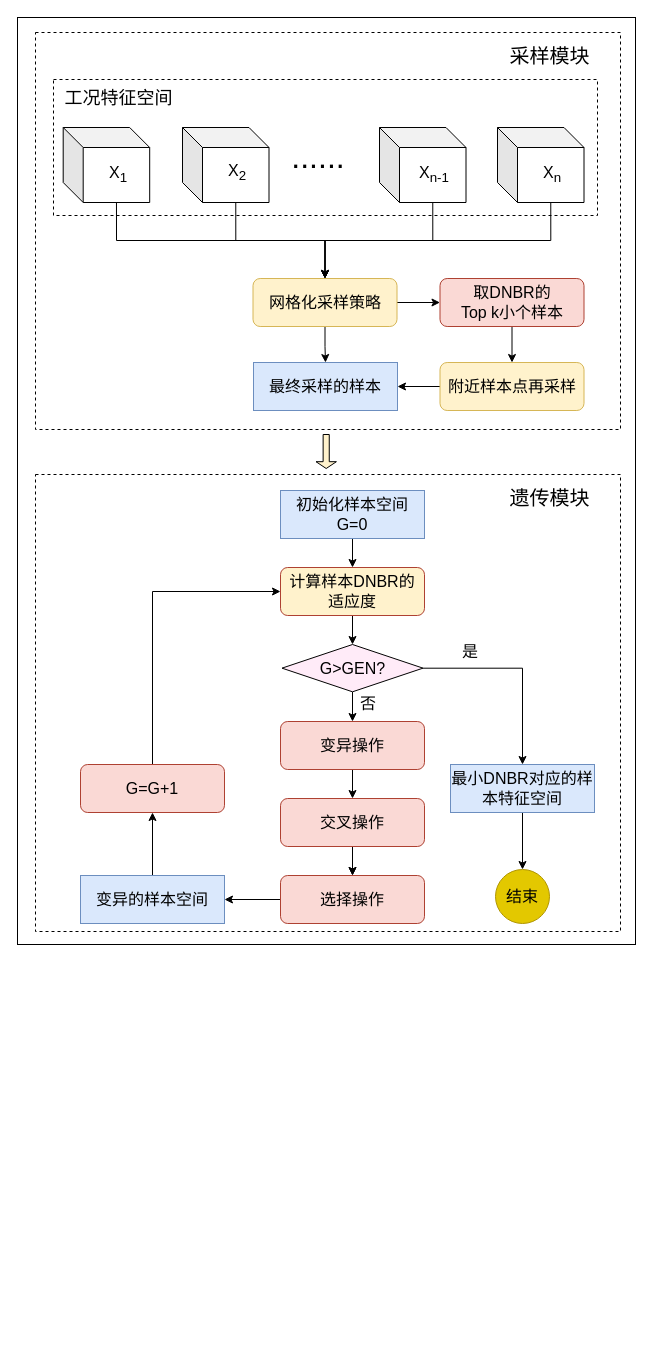
Earlier version of the draw.io diagram 未命名绘图2.drawio (ZhangChaoZhong/draw). Source tidied: cells renumbered, new cells numbered last; positions are measured from the earlier drawing's top-left corner, leaving out a move shared by most shapes. Both pictures are drawn from the tidied source at 100%, with x=0, y=0 at pixel (17, 17).
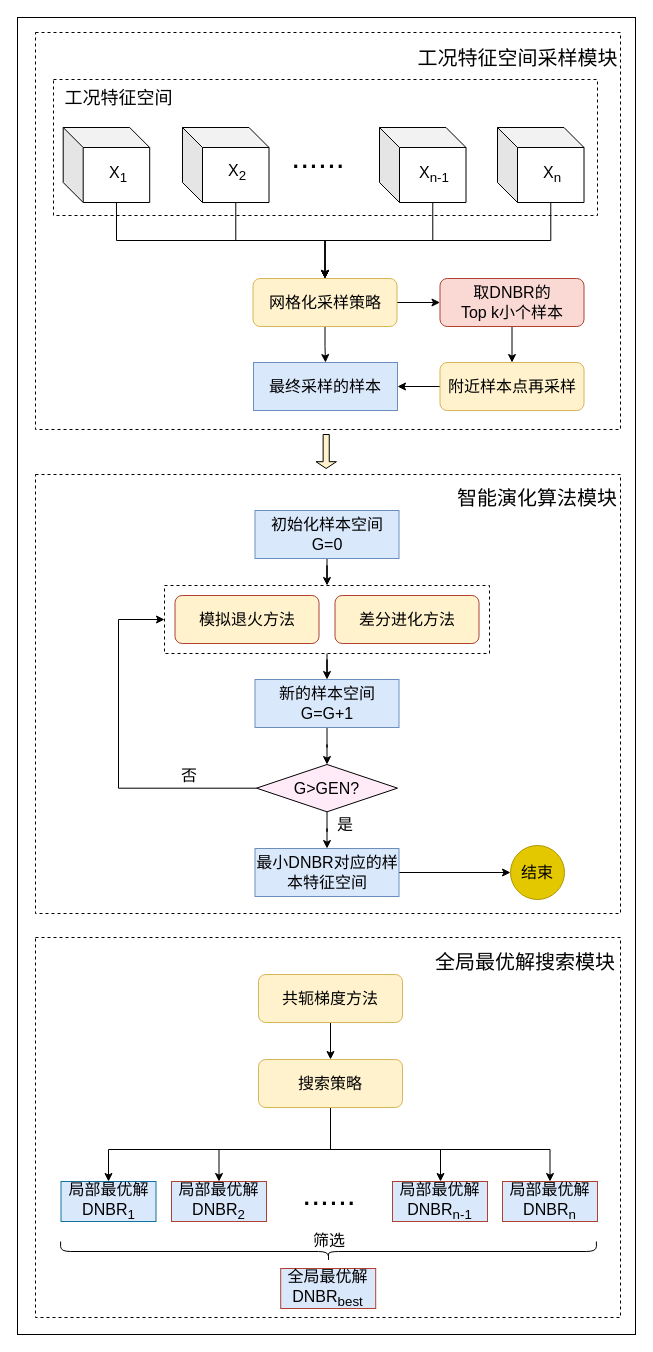
The same page after the edit.

Commit message:
更新未命名绘图2.drawio

Diff of the diagram source:
```diff
@@
     <mxCell id="2" style="rounded=0;whiteSpace=wrap;html=1;" parent="1" vertex="1">
-      <mxGeometry width="618" height="927" as="geometry" />
+      <mxGeometry width="618" height="1317" as="geometry" />
     </mxCell>
     <mxCell id="3" style="rounded=0;whiteSpace=wrap;html=1;fontSize=16;dashed=1;" parent="1" vertex="1">
-      <mxGeometry x="18" y="457" width="585" height="457" as="geometry" />
+      <mxGeometry x="18" y="457" width="585" height="439" as="geometry" />
     </mxCell>
@@
-    <mxCell id="32" style="edgeStyle=orthogonalEdgeStyle;rounded=0;jettySize=auto;html=1;entryX=0.5;entryY=0;entryDx=0;entryDy=0;fontSize=16;" parent="1" edge="1" source="33" target="57">
-      <mxGeometry relative="1" as="geometry" />
-    </mxCell>
-    <mxCell id="33" value="&lt;div&gt;计算样本DNBR的&lt;/div&gt;&lt;div&gt;适应度&lt;/div&gt;" style="rounded=1;whiteSpace=wrap;html=1;fontSize=16;fillColor=#FFF2CC;strokeColor=#ae4132;" parent="1" vertex="1">
-      <mxGeometry x="263" y="550" width="144" height="48" as="geometry" />
-    </mxCell>
-    <mxCell id="34" style="edgeStyle=orthogonalEdgeStyle;rounded=0;jettySize=auto;html=1;entryX=0.5;entryY=1;entryDx=0;entryDy=0;fontSize=16;" parent="1" edge="1" source="35" target="42">
-      <mxGeometry relative="1" as="geometry" />
-    </mxCell>
-    <mxCell id="35" value="变异的样本空间" style="rounded=0;whiteSpace=wrap;html=1;fontSize=16;fillColor=#dae8fc;strokeColor=#6c8ebf;" parent="1" vertex="1">
-      <mxGeometry x="63" y="858" width="144" height="48" as="geometry" />
-    </mxCell>
+    <mxCell id="58" style="edgeStyle=orthogonalEdgeStyle;rounded=0;jettySize=auto;html=1;" parent="1" edge="1" source="35" target="57">
+      <mxGeometry relative="1" as="geometry" />
+    </mxCell>
@@
-    <mxCell id="37" value="&lt;font style=&quot;font-size: 20px&quot;&gt;采样模块&lt;/font&gt;" style="text;html=1;strokeColor=none;fillColor=none;align=center;verticalAlign=middle;whiteSpace=wrap;rounded=0;fontSize=20;" parent="1" vertex="1">
-      <mxGeometry x="484.8" y="15" width="95.2" height="45" as="geometry" />
+    <mxCell id="37" value="&lt;font style=&quot;font-size: 20px&quot;&gt;工况特征空间采样模块&lt;/font&gt;" style="text;html=1;strokeColor=none;fillColor=none;align=center;verticalAlign=middle;whiteSpace=wrap;rounded=0;fontSize=20;" parent="1" vertex="1">
+      <mxGeometry x="399" y="15" width="203" height="49" as="geometry" />
     </mxCell>
-    <mxCell id="38" value="&lt;font style=&quot;font-size: 20px&quot;&gt;遗传模块&lt;/font&gt;" style="text;html=1;strokeColor=none;fillColor=none;align=center;verticalAlign=middle;whiteSpace=wrap;rounded=0;fontSize=20;" parent="1" vertex="1">
-      <mxGeometry x="484.8" y="457" width="95.2" height="45" as="geometry" />
+    <mxCell id="38" value="&lt;font style=&quot;font-size: 20px&quot;&gt;智能演化算法模块&lt;/font&gt;" style="text;html=1;strokeColor=none;fillColor=none;align=center;verticalAlign=middle;whiteSpace=wrap;rounded=0;fontSize=20;" parent="1" vertex="1">
+      <mxGeometry x="438" y="457" width="164" height="46" as="geometry" />
     </mxCell>
-    <mxCell id="39" style="edgeStyle=orthogonalEdgeStyle;rounded=0;jettySize=auto;html=1;" parent="1" edge="1" source="40" target="33">
-      <mxGeometry relative="1" as="geometry" />
-    </mxCell>
-    <mxCell id="40" value="&lt;div&gt;初始化样本空间G=0&lt;/div&gt;" style="rounded=0;whiteSpace=wrap;html=1;fontSize=16;fillColor=#dae8fc;strokeColor=#6c8ebf;" parent="1" vertex="1">
-      <mxGeometry x="263" y="473" width="144" height="48" as="geometry" />
-    </mxCell>
-    <mxCell id="41" style="edgeStyle=orthogonalEdgeStyle;rounded=0;jettySize=auto;html=1;entryX=0;entryY=0.5;entryDx=0;entryDy=0;fontSize=16;exitX=0.5;exitY=0;exitDx=0;exitDy=0;" parent="1" edge="1" source="42" target="33">
-      <mxGeometry relative="1" as="geometry" />
-    </mxCell>
-    <mxCell id="42" value="G=G+1" style="rounded=1;whiteSpace=wrap;html=1;fontSize=16;fillColor=#fad9d5;strokeColor=#ae4132;" parent="1" vertex="1">
-      <mxGeometry x="63" y="747" width="144" height="48" as="geometry" />
-    </mxCell>
-    <mxCell id="43" style="edgeStyle=orthogonalEdgeStyle;rounded=0;jettySize=auto;html=1;entryX=0.5;entryY=0;entryDx=0;entryDy=0;" parent="1" edge="1" source="44" target="49">
-      <mxGeometry relative="1" as="geometry" />
-    </mxCell>
-    <mxCell id="44" value="变异操作" style="rounded=1;whiteSpace=wrap;html=1;fontSize=16;fillColor=#fad9d5;strokeColor=#ae4132;" parent="1" vertex="1">
-      <mxGeometry x="263" y="704" width="144" height="48" as="geometry" />
-    </mxCell>
-    <mxCell id="45" style="edgeStyle=orthogonalEdgeStyle;rounded=0;jettySize=auto;html=1;entryX=1;entryY=0.5;entryDx=0;entryDy=0;fontSize=16;" parent="1" edge="1" source="46" target="35">
-      <mxGeometry relative="1" as="geometry" />
-    </mxCell>
-    <mxCell id="46" value="选择操作" style="rounded=1;whiteSpace=wrap;html=1;fontSize=16;fillColor=#fad9d5;strokeColor=#ae4132;" parent="1" vertex="1">
-      <mxGeometry x="263" y="858" width="144" height="48" as="geometry" />
-    </mxCell>
-    <mxCell id="47" style="edgeStyle=orthogonalEdgeStyle;rounded=0;jettySize=auto;html=1;entryX=0.5;entryY=0;entryDx=0;entryDy=0;" parent="1" edge="1" source="49" target="46">
-      <mxGeometry relative="1" as="geometry" />
-    </mxCell>
-    <mxCell id="48" style="edgeStyle=orthogonalEdgeStyle;rounded=0;jettySize=auto;html=1;fontSize=16;" parent="1" edge="1" source="49" target="46">
-      <mxGeometry relative="1" as="geometry" />
-    </mxCell>
-    <mxCell id="49" value="交叉操作" style="rounded=1;whiteSpace=wrap;html=1;fontSize=16;fillColor=#fad9d5;strokeColor=#ae4132;" parent="1" vertex="1">
-      <mxGeometry x="263" y="781" width="144" height="48" as="geometry" />
-    </mxCell>
@@
-    <mxCell id="51" value="最小DNBR对应的样本特征空间" style="rounded=0;whiteSpace=wrap;html=1;fontSize=16;fillColor=#dae8fc;strokeColor=#6c8ebf;" parent="1" vertex="1">
-      <mxGeometry x="433" y="747" width="144" height="48" as="geometry" />
+    <mxCell id="51" value="最小DNBR对应的样本特征空间" style="rounded=0;whiteSpace=wrap;html=1;fontSize=16;fillColor=#DAE8FC;strokeColor=#6c8ebf;" parent="1" vertex="1">
+      <mxGeometry x="237.5" y="831" width="144" height="48" as="geometry" />
     </mxCell>
     <mxCell id="52" value="&lt;font style=&quot;font-size: 16px;&quot;&gt;结束&lt;/font&gt;" style="ellipse;whiteSpace=wrap;html=1;fontSize=16;fillColor=#e3c800;fontColor=#000000;strokeColor=#B09500;" parent="1" vertex="1">
-      <mxGeometry x="478" y="852" width="54" height="54" as="geometry" />
+      <mxGeometry x="493" y="828" width="54" height="54" as="geometry" />
     </mxCell>
+    <mxCell id="56" style="edgeStyle=orthogonalEdgeStyle;rounded=0;jettySize=auto;html=1;" parent="1" edge="1" source="57" target="51">
+      <mxGeometry relative="1" as="geometry" />
+    </mxCell>
+    <mxCell id="59" style="edgeStyle=orthogonalEdgeStyle;rounded=0;jettySize=auto;html=1;entryX=0;entryY=0.5;entryDx=0;entryDy=0;fontSize=16;" parent="1" edge="1" source="57" target="63">
+      <mxGeometry relative="1" as="geometry">
+        <Array as="points">
+          <mxPoint x="101" y="771" />
+          <mxPoint x="101" y="602" />
+        </Array>
+      </mxGeometry>
+    </mxCell>
+    <mxCell id="57" value="G&amp;gt;GEN?" style="rhombus;whiteSpace=wrap;html=1;fontSize=16;fillColor=#FFEBF8;" parent="1" vertex="1">
+      <mxGeometry x="239" y="747" width="141" height="47.3" as="geometry" />
+    </mxCell>
-    <mxCell id="53" value="是" style="text;html=1;strokeColor=none;fillColor=none;align=center;verticalAlign=middle;whiteSpace=wrap;rounded=0;fontSize=16;" parent="1" vertex="1">
-      <mxGeometry x="422.5" y="619" width="60" height="30" as="geometry" />
+    <mxCell id="53" value="&lt;font style=&quot;font-size: 16px&quot;&gt;是&lt;/font&gt;" style="text;html=1;strokeColor=none;fillColor=none;align=center;verticalAlign=middle;whiteSpace=wrap;rounded=0;" parent="1" vertex="1">
+      <mxGeometry x="298.2" y="792" width="60" height="30" as="geometry" />
     </mxCell>
+    <mxCell id="60" style="edgeStyle=orthogonalEdgeStyle;rounded=0;jettySize=auto;html=1;fontSize=16;" parent="1" edge="1" source="63" target="35">
+      <mxGeometry relative="1" as="geometry" />
+    </mxCell>
+    <mxCell id="35" value="&lt;div&gt;新的样本空间&lt;/div&gt;&lt;div&gt;G=G+1&lt;br&gt;&lt;/div&gt;" style="rounded=0;whiteSpace=wrap;html=1;fontSize=16;fillColor=#dae8fc;strokeColor=#6c8ebf;" parent="1" vertex="1">
+      <mxGeometry x="237.5" y="662" width="144" height="48" as="geometry" />
+    </mxCell>
+    <mxCell id="61" style="edgeStyle=orthogonalEdgeStyle;rounded=0;jettySize=auto;html=1;fontSize=16;" parent="1" edge="1" source="40" target="63">
+      <mxGeometry relative="1" as="geometry" />
+    </mxCell>
+    <mxCell id="40" value="&lt;div&gt;初始化样本空间G=0&lt;/div&gt;" style="rounded=0;whiteSpace=wrap;html=1;fontSize=16;fillColor=#dae8fc;strokeColor=#6c8ebf;" parent="1" vertex="1">
+      <mxGeometry x="237.5" y="493" width="144" height="48" as="geometry" />
+    </mxCell>
-    <mxCell id="54" value="否" style="text;html=1;strokeColor=none;fillColor=none;align=center;verticalAlign=middle;whiteSpace=wrap;rounded=0;fontSize=16;" parent="1" vertex="1">
-      <mxGeometry x="321" y="670.5" width="60" height="30" as="geometry" />
+    <mxCell id="54" value="&lt;font style=&quot;font-size: 16px&quot;&gt;否&lt;/font&gt;" style="text;html=1;strokeColor=none;fillColor=none;align=center;verticalAlign=middle;whiteSpace=wrap;rounded=0;" parent="1" vertex="1">
+      <mxGeometry x="142" y="743" width="60" height="30" as="geometry" />
     </mxCell>
-    <mxCell id="55" style="edgeStyle=orthogonalEdgeStyle;rounded=0;jettySize=auto;html=1;entryX=0.5;entryY=0;entryDx=0;entryDy=0;fontSize=16;" parent="1" edge="1" source="57" target="44">
-      <mxGeometry relative="1" as="geometry" />
-    </mxCell>
-    <mxCell id="56" style="edgeStyle=orthogonalEdgeStyle;rounded=0;jettySize=auto;html=1;entryX=0.5;entryY=0;entryDx=0;entryDy=0;fontSize=16;" parent="1" edge="1" source="57" target="51">
-      <mxGeometry relative="1" as="geometry" />
-    </mxCell>
-    <mxCell id="57" value="G&amp;gt;GEN?" style="rhombus;whiteSpace=wrap;html=1;fontSize=16;fillColor=#FFEBF8;" parent="1" vertex="1">
-      <mxGeometry x="264.5" y="627" width="141" height="47.3" as="geometry" />
-    </mxCell>
+    <mxCell id="62" style="group;" parent="1" vertex="1">
+      <mxGeometry x="147" y="568" width="325" height="68" as="geometry" />
+    </mxCell>
+    <mxCell id="63" style="rounded=0;whiteSpace=wrap;html=1;fontSize=16;dashed=1;" parent="62" vertex="1">
+      <mxGeometry width="325" height="68" as="geometry" />
+    </mxCell>
+    <mxCell id="33" value="差分进化方法" style="rounded=1;whiteSpace=wrap;html=1;fontSize=16;fillColor=#FFF2CC;strokeColor=#ae4132;" parent="62" vertex="1">
+      <mxGeometry x="170.5" y="10" width="144" height="48" as="geometry" />
+    </mxCell>
+    <mxCell id="64" value="模拟退火方法" style="rounded=1;whiteSpace=wrap;html=1;fontSize=16;fillColor=#FFF2CC;strokeColor=#ae4132;" parent="62" vertex="1">
+      <mxGeometry x="10.5" y="10" width="144" height="48" as="geometry" />
+    </mxCell>
+    <mxCell id="65" style="rounded=0;whiteSpace=wrap;html=1;fontSize=16;dashed=1;" parent="1" vertex="1">
+      <mxGeometry x="18" y="920" width="585" height="380" as="geometry" />
+    </mxCell>
+    <mxCell id="66" value="&lt;font style=&quot;font-size: 20px&quot;&gt;全局最优解搜索模块&lt;/font&gt;" style="text;html=1;strokeColor=none;fillColor=none;align=center;verticalAlign=middle;whiteSpace=wrap;rounded=0;fontSize=20;" parent="1" vertex="1">
+      <mxGeometry x="414" y="920" width="188" height="48" as="geometry" />
+    </mxCell>
+    <mxCell id="67" style="edgeStyle=orthogonalEdgeStyle;rounded=0;jettySize=auto;html=1;fontSize=16;" parent="1" edge="1" source="71" target="75">
+      <mxGeometry relative="1" as="geometry">
+        <Array as="points">
+          <mxPoint x="313" y="1132" />
+          <mxPoint x="423" y="1132" />
+        </Array>
+      </mxGeometry>
+    </mxCell>
+    <mxCell id="68" style="edgeStyle=orthogonalEdgeStyle;rounded=0;jettySize=auto;html=1;entryX=0.5;entryY=0;entryDx=0;entryDy=0;fontSize=16;" parent="1" edge="1" source="71" target="73">
+      <mxGeometry relative="1" as="geometry">
+        <Array as="points">
+          <mxPoint x="313" y="1132" />
+          <mxPoint x="533" y="1132" />
+        </Array>
+      </mxGeometry>
+    </mxCell>
+    <mxCell id="69" style="edgeStyle=orthogonalEdgeStyle;rounded=0;jettySize=auto;html=1;fontSize=16;" parent="1" edge="1" source="71" target="72">
+      <mxGeometry relative="1" as="geometry">
+        <Array as="points">
+          <mxPoint x="313" y="1132" />
+          <mxPoint x="91" y="1132" />
+        </Array>
+      </mxGeometry>
+    </mxCell>
+    <mxCell id="70" style="edgeStyle=orthogonalEdgeStyle;rounded=0;jettySize=auto;html=1;entryX=0.5;entryY=0;entryDx=0;entryDy=0;fontSize=16;" parent="1" edge="1" source="71" target="74">
+      <mxGeometry relative="1" as="geometry">
+        <Array as="points">
+          <mxPoint x="313" y="1132" />
+          <mxPoint x="202" y="1132" />
+        </Array>
+      </mxGeometry>
+    </mxCell>
+    <mxCell id="71" value="搜索策略" style="rounded=1;whiteSpace=wrap;html=1;fontSize=16;fillColor=#fff2cc;strokeColor=#d6b656;" parent="1" vertex="1">
+      <mxGeometry x="241" y="1042" width="144" height="48" as="geometry" />
+    </mxCell>
+    <mxCell id="72" value="局部最优解DNBR&lt;sub&gt;1&lt;/sub&gt;" style="rounded=0;whiteSpace=wrap;html=1;fontSize=16;fillColor=#DAE8FC;strokeColor=#10739e;" parent="1" vertex="1">
+      <mxGeometry x="43.5" y="1164" width="95" height="40" as="geometry" />
+    </mxCell>
+    <mxCell id="73" value="局部最优解DNBR&lt;sub&gt;n&lt;/sub&gt;" style="rounded=0;whiteSpace=wrap;html=1;fontSize=16;fillColor=#DAE8FC;strokeColor=#ae4132;" parent="1" vertex="1">
+      <mxGeometry x="485" y="1164" width="95" height="40" as="geometry" />
+    </mxCell>
+    <mxCell id="74" value="局部最优解DNBR&lt;sub&gt;2&lt;/sub&gt;" style="rounded=0;whiteSpace=wrap;html=1;fontSize=16;fillColor=#DAE8FC;strokeColor=#ae4132;" parent="1" vertex="1">
+      <mxGeometry x="154" y="1164" width="95" height="40" as="geometry" />
+    </mxCell>
+    <mxCell id="75" value="局部最优解DNBR&lt;sub&gt;n-1&lt;/sub&gt;" style="rounded=0;whiteSpace=wrap;html=1;fontSize=16;fillColor=#DAE8FC;strokeColor=#ae4132;" parent="1" vertex="1">
+      <mxGeometry x="375" y="1164" width="95" height="40" as="geometry" />
+    </mxCell>
+    <mxCell id="76" value="&lt;font style=&quot;font-size: 32px&quot;&gt;......&lt;/font&gt;" style="text;html=1;strokeColor=none;fillColor=none;align=center;verticalAlign=middle;whiteSpace=wrap;rounded=0;fontSize=16;" parent="1" vertex="1">
+      <mxGeometry x="292" y="1167" width="40" height="20" as="geometry" />
+    </mxCell>
+    <mxCell id="77" style="shape=curlyBracket;whiteSpace=wrap;html=1;rounded=1;fontSize=32;direction=north;size=0.5;" parent="1" vertex="1">
+      <mxGeometry x="43.1" y="1224" width="535.8" height="20" as="geometry" />
+    </mxCell>
+    <mxCell id="78" value="全局最优解DNBR&lt;sub&gt;best&lt;/sub&gt;" style="rounded=0;whiteSpace=wrap;html=1;fontSize=16;fillColor=#DAE8FC;strokeColor=#ae4132;" parent="1" vertex="1">
+      <mxGeometry x="263.2" y="1251" width="95" height="40" as="geometry" />
+    </mxCell>
+    <mxCell id="79" value="&lt;font style=&quot;font-size: 16px&quot;&gt;筛选&lt;/font&gt;" style="text;html=1;strokeColor=none;fillColor=none;align=center;verticalAlign=middle;whiteSpace=wrap;rounded=0;" parent="1" vertex="1">
+      <mxGeometry x="282" y="1206" width="60" height="34" as="geometry" />
+    </mxCell>
+    <mxCell id="80" style="edgeStyle=orthogonalEdgeStyle;rounded=0;jettySize=auto;html=1;fontSize=16;" parent="1" edge="1" source="81" target="71">
+      <mxGeometry relative="1" as="geometry" />
+    </mxCell>
+    <mxCell id="81" value="共轭梯度方法" style="rounded=1;whiteSpace=wrap;html=1;fontSize=16;fillColor=#fff2cc;strokeColor=#d6b656;" parent="1" vertex="1">
+      <mxGeometry x="241" y="957" width="144" height="48" as="geometry" />
+    </mxCell>
```
